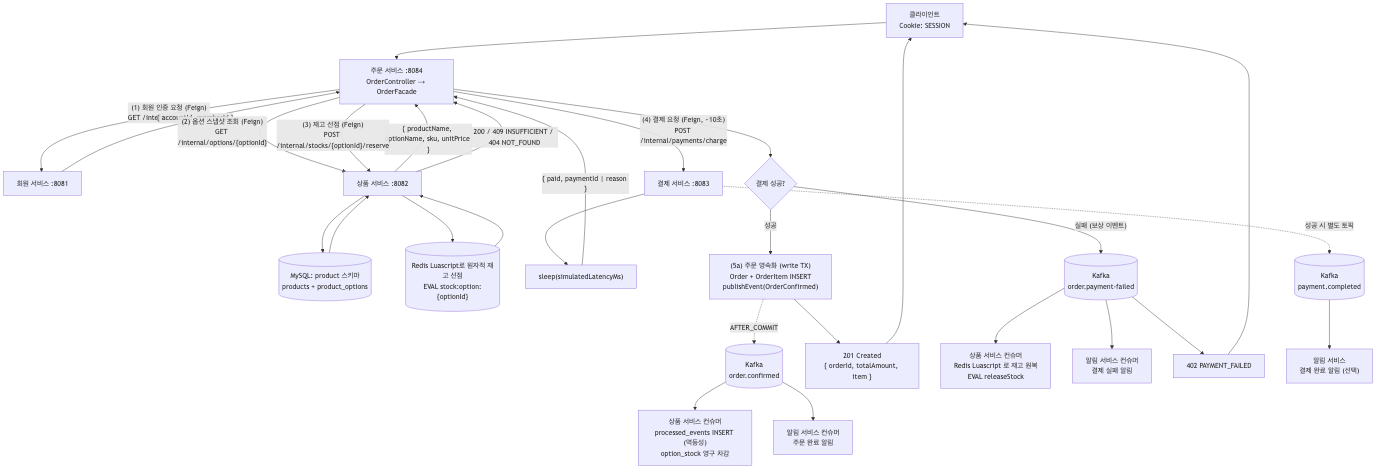
The Mermaid diagram mini-coupang/diagrams/img/place-order.png in ing9990/deep-blog, before a commit. Its source is kept beside it as mini-coupang/diagrams/src/place-order.mmd.
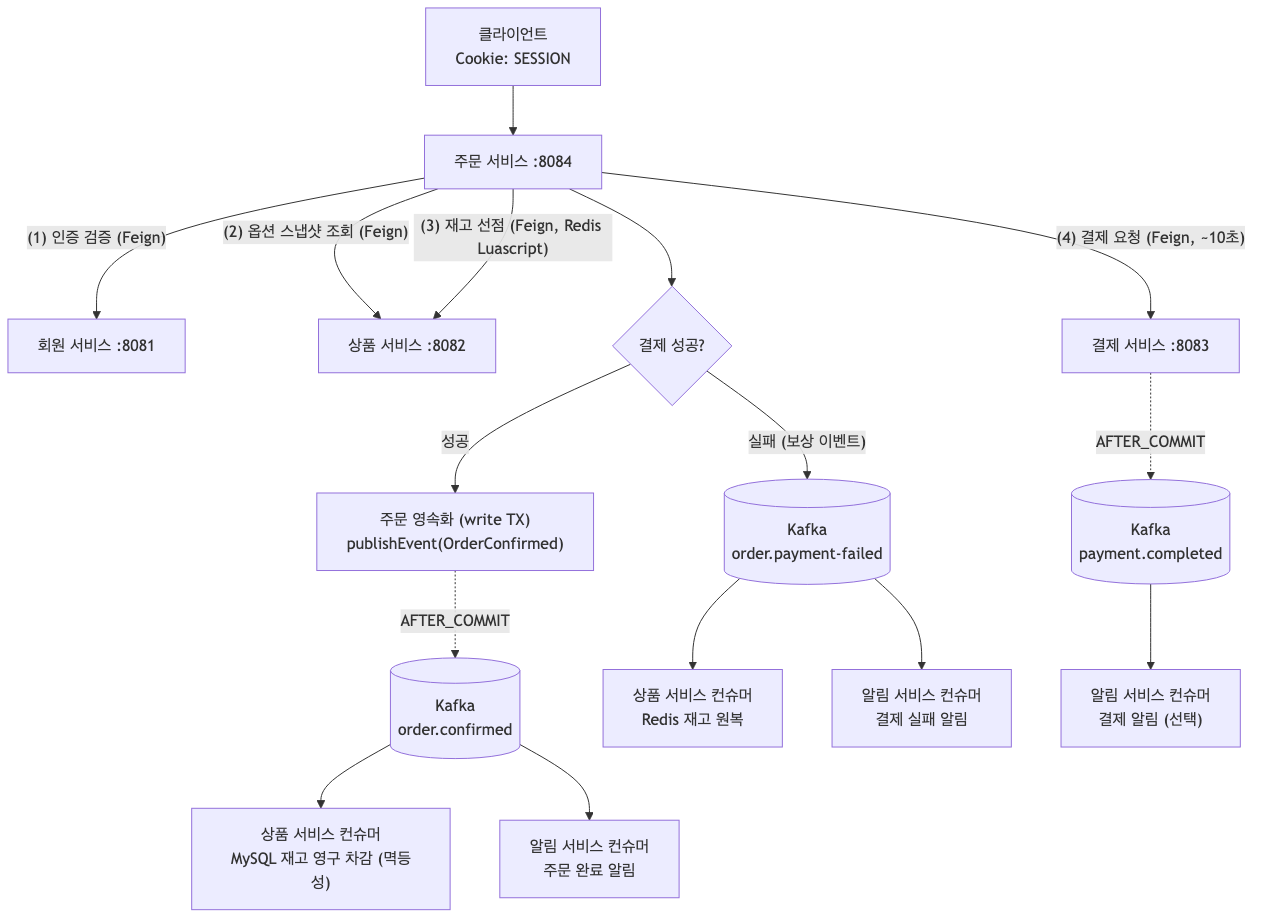
Later version of the same file.

Change to the diagram source:
```diff
@@ -1,37 +1,21 @@
 flowchart TD
-    C["클라이언트<br/>Cookie: SESSION"] --> OC["주문 서비스 :8084<br/>OrderController → OrderFacade"]
+    C["클라이언트<br/>Cookie: SESSION"] --> OC["주문 서비스 :8084"]
 
-    OC -- "(1) 회원 인증 요청 (Feign)<br/>GET /internal/auth/verify" --> M["회원 서비스 :8081"]
-    M -- "{ accountId, memberId }" --> OC
-
-    OC -- "(2) 옵션 스냅샷 조회 (Feign)<br/>GET /internal/options/{optionId}" --> P["상품 서비스 :8082"]
-    P --> POD[("MySQL: product 스키마<br/>products + product_options")]
-    POD --> P
-    P -- "{ productName, optionName, sku, unitPrice }" --> OC
-
-    OC -- "(3) 재고 선점 (Feign)<br/>POST /internal/stocks/{optionId}/reserve" --> P
-    P --> RL[("Redis Luascript로 원자적 재고 선점<br/>EVAL stock:option:{optionId}")]
-    RL --> P
-    P -- "200 / 409 INSUFFICIENT / 404 NOT_FOUND" --> OC
-
-    OC -- "(4) 결제 요청 (Feign, ~10초)<br/>POST /internal/payments/charge" --> Pay["결제 서비스 :8083"]
-    Pay --> Sleep["sleep(simulatedLatencyMs)"]
-    Sleep -- "{ paid, paymentId | reason }" --> OC
+    OC -- "(1) 인증 검증 (Feign)" --> M["회원 서비스 :8081"]
+    OC -- "(2) 옵션 스냅샷 조회 (Feign)" --> P["상품 서비스 :8082"]
+    OC -- "(3) 재고 선점 (Feign, Redis Luascript)" --> P
+    OC -- "(4) 결제 요청 (Feign, ~10초)" --> Pay["결제 서비스 :8083"]
 
     OC --> Branch{결제 성공?}
 
-    Branch -- "성공" --> Persist["(5a) 주문 영속화 (write TX)<br/>Order + OrderItem INSERT<br/>publishEvent(OrderConfirmed)"]
+    Branch -- "성공" --> Persist["주문 영속화 (write TX)<br/>publishEvent(OrderConfirmed)"]
     Persist -. "AFTER_COMMIT" .-> KOC[("Kafka<br/>order.confirmed")]
-    KOC --> PCons["상품 서비스 컨슈머<br/>processed_events INSERT (멱등성)<br/>option_stock 영구 차감"]
+    KOC --> PCons["상품 서비스 컨슈머<br/>MySQL 재고 영구 차감 (멱등성)"]
     KOC --> NCons["알림 서비스 컨슈머<br/>주문 완료 알림"]
-    Persist --> R201["201 Created<br/>{ orderId, totalAmount, item }"]
-    R201 --> C
 
     Branch -- "실패 (보상 이벤트)" --> KOF[("Kafka<br/>order.payment-failed")]
-    KOF --> PRel["상품 서비스 컨슈머<br/>Redis Luascript 로 재고 원복<br/>EVAL releaseStock"]
+    KOF --> PRel["상품 서비스 컨슈머<br/>Redis 재고 원복"]
     KOF --> NFail["알림 서비스 컨슈머<br/>결제 실패 알림"]
-    KOF --> R402["402 PAYMENT_FAILED"]
-    R402 --> C
 
-    Pay -. "성공 시 별도 토픽" .-> KPC[("Kafka<br/>payment.completed")]
-    KPC --> NPay["알림 서비스<br/>결제 완료 알림 (선택)"]
+    Pay -. "AFTER_COMMIT" .-> KPC[("Kafka<br/>payment.completed")]
+    KPC --> NPay["알림 서비스 컨슈머<br/>결제 알림 (선택)"]
```
